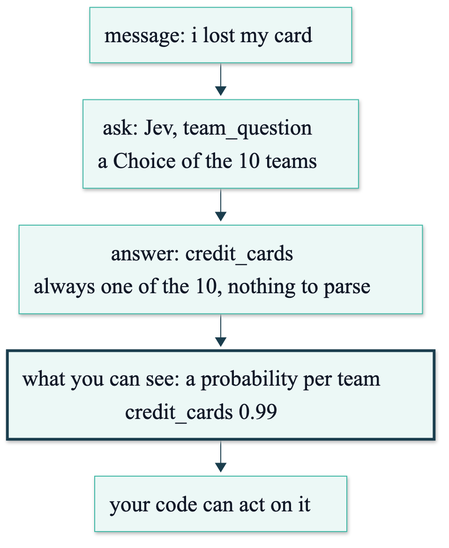
Above: course/diagrams/module_01/p1-solution-jev-choice.png in axel-sirota/getting_started_jev (Mermaid), before the change. Its source is kept beside it as course/diagrams/module_01/p1-solution-jev-choice.mmd. Its diagram source:
```mermaid
%%{init: {"theme": "base", "themeVariables": {"fontFamily": "Inter, sans-serif", "primaryColor": "#ECF8F6", "primaryBorderColor": "#40B8A6", "primaryTextColor": "#111827", "lineColor": "#1A3D4D", "secondaryColor": "#F9FAFB", "tertiaryColor": "#FFFFFF", "clusterBkg": "#F9FAFB", "clusterBorder": "#D1D5DB", "actorBkg": "#ECF8F6", "actorBorder": "#40B8A6", "noteBkgColor": "#FFF6DA", "noteBorderColor": "#E0B84C"}}}%%
flowchart TD
  M["message: i lost my card"] --> Q["ask: Jev, team_question<br/>a Choice of the 10 teams"]
  Q --> A["answer: credit_cards<br/>always one of the 10, nothing to parse"]
  A --> U["what you can see: a probability per team<br/>credit_cards 0.99"]
  U --> C["your code can act on it"]
  style U stroke:#1A3D4D,stroke-width:3px
```
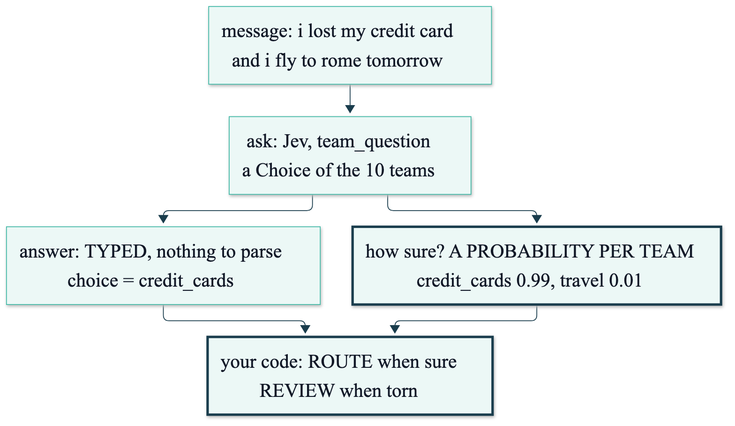
Later version of the same file.

What changed in the source:
```diff
@@ -1,7 +1,9 @@
 %%{init: {"theme": "base", "themeVariables": {"fontFamily": "Inter, sans-serif", "primaryColor": "#ECF8F6", "primaryBorderColor": "#40B8A6", "primaryTextColor": "#111827", "lineColor": "#1A3D4D", "secondaryColor": "#F9FAFB", "tertiaryColor": "#FFFFFF", "clusterBkg": "#F9FAFB", "clusterBorder": "#D1D5DB", "actorBkg": "#ECF8F6", "actorBorder": "#40B8A6", "noteBkgColor": "#FFF6DA", "noteBorderColor": "#E0B84C"}}}%%
 flowchart TD
-  M["message: i lost my card"] --> Q["ask: Jev, team_question<br/>a Choice of the 10 teams"]
-  Q --> A["answer: credit_cards<br/>always one of the 10, nothing to parse"]
-  A --> U["what you can see: a probability per team<br/>credit_cards 0.99"]
-  U --> C["your code can act on it"]
-  style U stroke:#1A3D4D,stroke-width:3px
+  M["message: i lost my credit card<br/>and i fly to rome tomorrow"] --> Q["ask: Jev, team_question<br/>a Choice of the 10 teams"]
+  Q --> A["answer: TYPED, nothing to parse<br/>choice = credit_cards"]
+  Q --> P["how sure? A PROBABILITY PER TEAM<br/>credit_cards 0.99, travel 0.01"]
+  A --> C["your code: ROUTE when sure<br/>REVIEW when torn"]
+  P --> C
+  style P stroke:#1A3D4D,stroke-width:3px
+  style C stroke:#1A3D4D,stroke-width:3px
```
